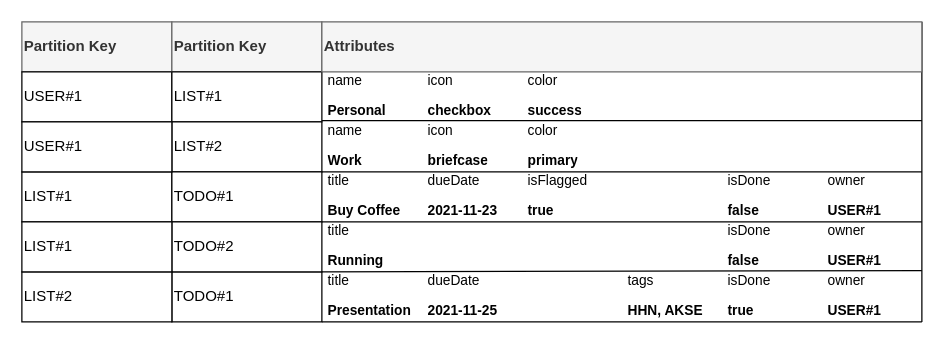
Before: page "Table-Structure" (2 of 2) of documentation/03.DynamoDB-Modelling/Todo-DB-DynamoDB.drawio in marcelfrey29/SEB-07-AKSE-Cloud-Computing, a draw.io diagram. Source tidied: cells renumbered, new cells numbered last; positions are measured from the earlier drawing's top-left corner, leaving out a move shared by most shapes. Both pictures are drawn from the tidied source at 125%, with x=0, y=0 at pixel (21, 21).
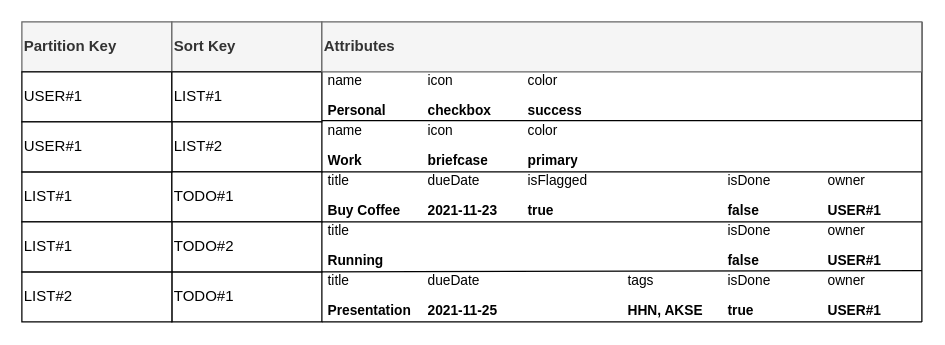
The same page after the edit.

Diff of the diagram source:
```diff
@@
-    <mxCell id="6" value="Partition Key" style="rounded=0;whiteSpace=wrap;html=1;align=left;fontStyle=1;fillColor=#f5f5f5;fontColor=#333333;strokeColor=#666666;" parent="1" vertex="1">
+    <mxCell id="6" value="Sort Key" style="rounded=0;whiteSpace=wrap;html=1;align=left;fontStyle=1;fillColor=#f5f5f5;fontColor=#333333;strokeColor=#666666;" parent="1" vertex="1">
       <mxGeometry x="120" width="120" height="40" as="geometry" />
     </mxCell>
```
